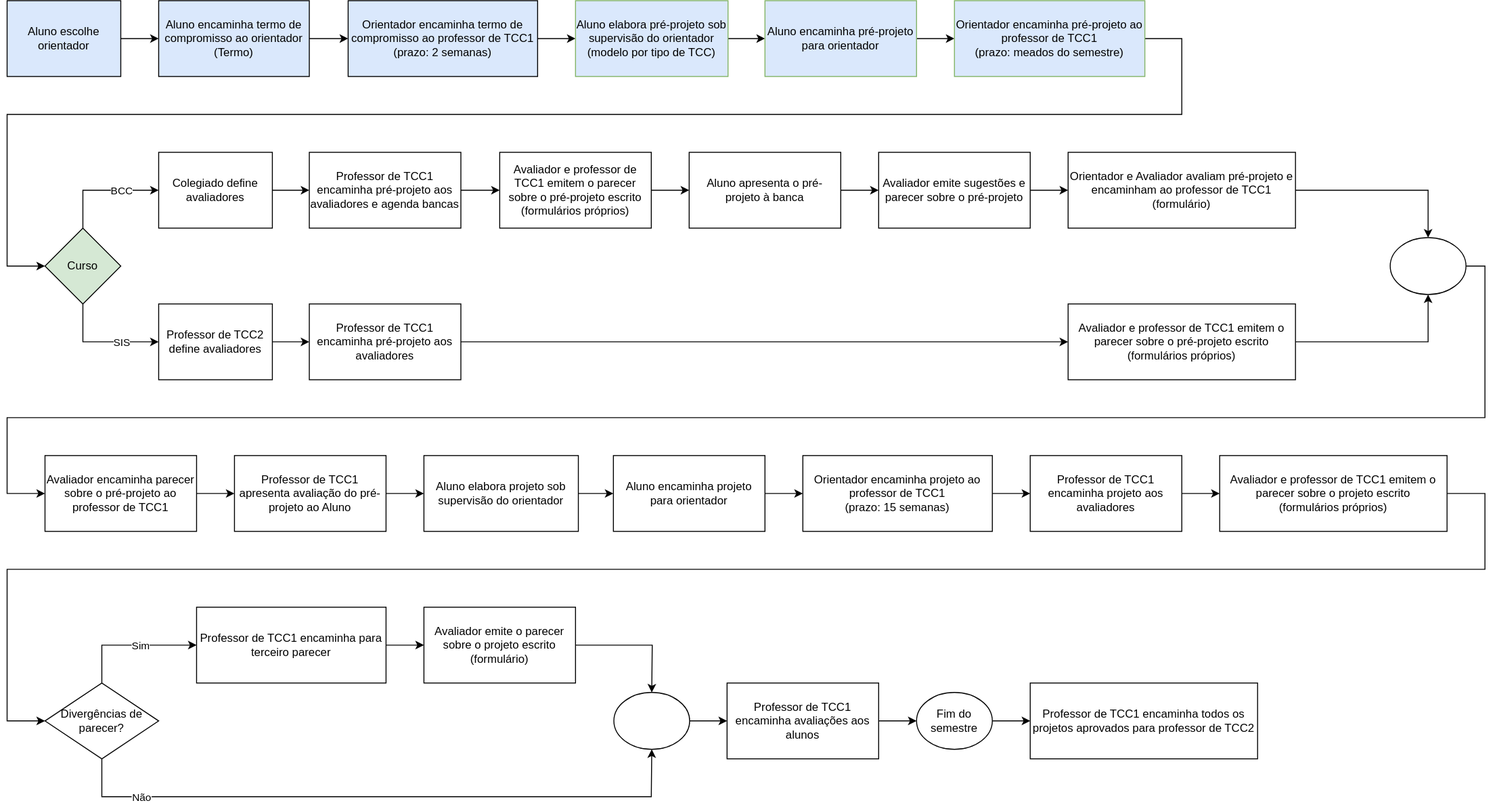
Before: Cronogramas/cronogramaFluxograma.drawio.svg, a diagram exported from draw.io (dalton-reis/disciplina_TCC1_Privado). Source tidied: cells renumbered, new cells last; positions are measured from the earlier drawing's top-left corner, leaving out a move shared by most shapes.
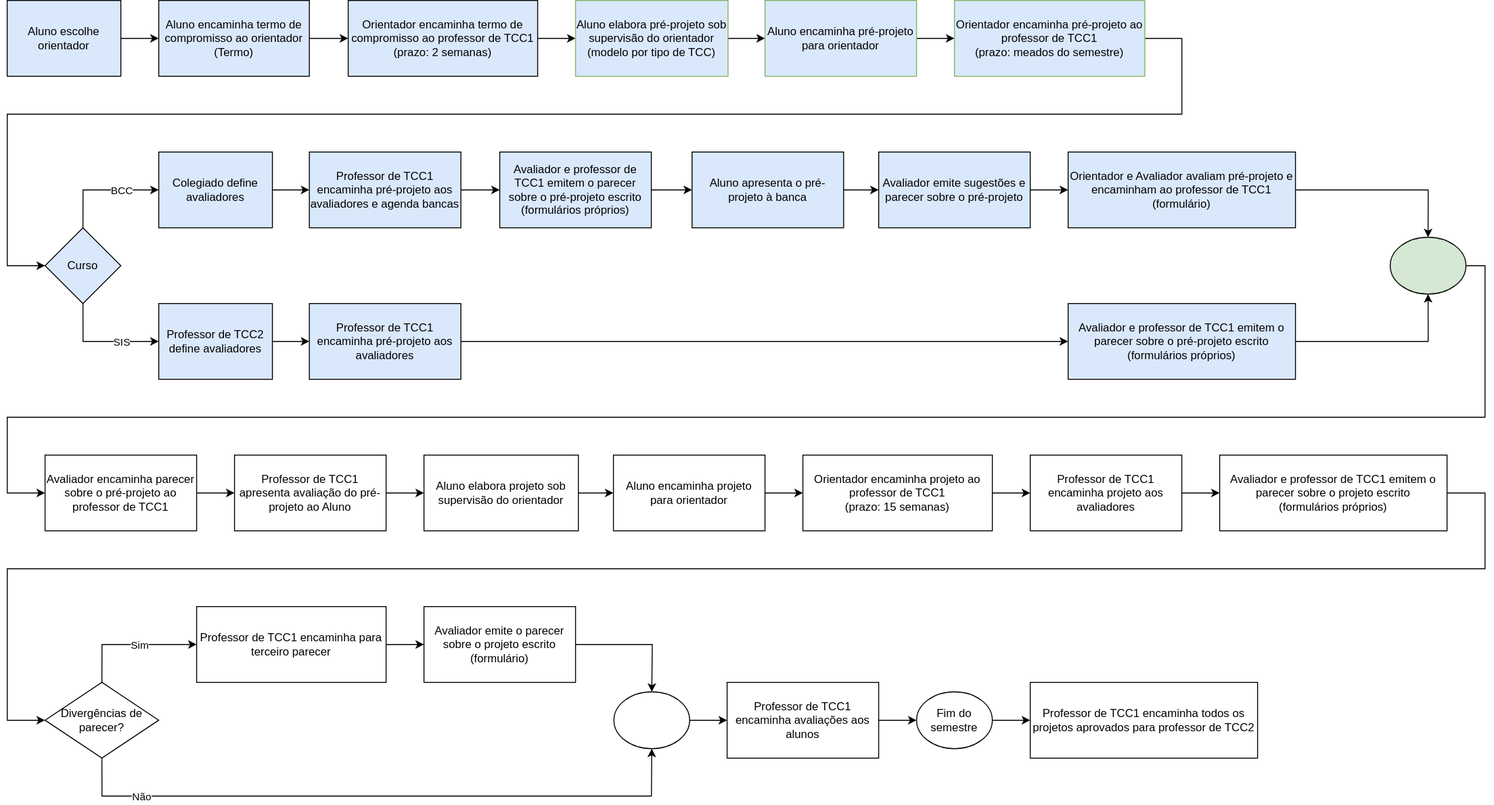
After the commit.

What changed in the source:
```diff
@@ -5,7 +5,7 @@
     <mxCell id="2" style="edgeStyle=orthogonalEdgeStyle;rounded=0;jettySize=auto;html=1;fillColor=#dae8fc;strokeColor=#000000;fontColor=#000000;" parent="1" edge="1" source="3" target="5">
       <mxGeometry relative="1" as="geometry" />
     </mxCell>
-    <mxCell id="3" value="Aluno escolhe orientador" style="whiteSpace=wrap;html=1;fillColor=#dae8fc;strokeColor=#000000;" parent="1" vertex="1">
+    <mxCell id="3" value="Aluno escolhe orientador" style="whiteSpace=wrap;html=1;fillColor=#DAE8FC;strokeColor=#000000;" parent="1" vertex="1">
       <mxGeometry width="120" height="80" as="geometry" />
     </mxCell>
     <mxCell id="4" style="edgeStyle=orthogonalEdgeStyle;rounded=0;jettySize=auto;html=1;fillColor=#dae8fc;strokeColor=#000000;fontColor=#000000;" parent="1" edge="1" source="5" target="7">
@@ -69,19 +69,19 @@
         <mxPoint x="32" y="1" as="offset" />
       </mxGeometry>
     </mxCell>
-    <mxCell id="18" value="Curso" style="rhombus;whiteSpace=wrap;html=1;fillColor=#D5E8D4;strokeColor=default;fontColor=#000000;" parent="1" vertex="1">
+    <mxCell id="18" value="Curso" style="rhombus;whiteSpace=wrap;html=1;fillColor=#DAE8FC;strokeColor=default;fontColor=#000000;" parent="1" vertex="1">
       <mxGeometry x="40" y="240" width="80" height="80" as="geometry" />
     </mxCell>
     <mxCell id="19" style="edgeStyle=orthogonalEdgeStyle;rounded=0;jettySize=auto;html=1;fillColor=#d5e8d4;strokeColor=default;fontColor=#000000;" parent="1" edge="1" source="20" target="25">
       <mxGeometry relative="1" as="geometry" />
     </mxCell>
-    <mxCell id="20" value="Colegiado define avaliadores" style="whiteSpace=wrap;html=1;fillColor=default;strokeColor=default;fontColor=#000000;" parent="1" vertex="1">
+    <mxCell id="20" value="Colegiado define avaliadores" style="whiteSpace=wrap;html=1;fillColor=#DAE8FC;strokeColor=default;fontColor=#000000;" parent="1" vertex="1">
       <mxGeometry x="160" y="160" width="120" height="80" as="geometry" />
     </mxCell>
     <mxCell id="21" style="edgeStyle=orthogonalEdgeStyle;rounded=0;jettySize=auto;html=1;fillColor=#d5e8d4;strokeColor=default;fontColor=#000000;" parent="1" edge="1" source="22" target="35">
       <mxGeometry relative="1" as="geometry" />
     </mxCell>
-    <mxCell id="22" value="Professor de TCC2 define avaliadores" style="whiteSpace=wrap;html=1;fillColor=default;strokeColor=default;fontColor=#000000;" parent="1" vertex="1">
+    <mxCell id="22" value="Professor de TCC2 define avaliadores" style="whiteSpace=wrap;html=1;fillColor=#DAE8FC;strokeColor=default;fontColor=#000000;" parent="1" vertex="1">
       <mxGeometry x="160" y="320" width="120" height="80" as="geometry" />
     </mxCell>
     <mxCell id="23" style="edgeStyle=orthogonalEdgeStyle;rounded=0;jettySize=auto;html=1;exitX=1;exitY=0.5;exitDx=0;exitDy=0;fontColor=#000000;" parent="1" edge="1" source="40" target="27">
@@ -90,25 +90,25 @@
     <mxCell id="24" style="edgeStyle=orthogonalEdgeStyle;rounded=0;jettySize=auto;html=1;fontColor=#000000;" parent="1" edge="1" source="25" target="40">
       <mxGeometry relative="1" as="geometry" />
     </mxCell>
-    <mxCell id="25" value="Professor de TCC1 encaminha pré-projeto aos avaliadores e agenda bancas" style="whiteSpace=wrap;html=1;fillColor=default;strokeColor=default;fontColor=#000000;" parent="1" vertex="1">
+    <mxCell id="25" value="Professor de TCC1 encaminha pré-projeto aos avaliadores e agenda bancas" style="whiteSpace=wrap;html=1;fillColor=#DAE8FC;strokeColor=default;fontColor=#000000;" parent="1" vertex="1">
       <mxGeometry x="319" y="160" width="160" height="80" as="geometry" />
     </mxCell>
     <mxCell id="26" style="edgeStyle=orthogonalEdgeStyle;rounded=0;jettySize=auto;html=1;fontColor=#000000;" parent="1" edge="1" source="27" target="29">
       <mxGeometry relative="1" as="geometry" />
     </mxCell>
-    <mxCell id="27" value="Aluno apresenta o pré-projeto à banca" style="whiteSpace=wrap;html=1;fillColor=default;strokeColor=default;fontColor=#000000;" parent="1" vertex="1">
-      <mxGeometry x="720" y="160" width="160" height="80" as="geometry" />
+    <mxCell id="27" value="Aluno apresenta o pré-projeto à banca" style="whiteSpace=wrap;html=1;fillColor=#DAE8FC;strokeColor=default;fontColor=#000000;" parent="1" vertex="1">
+      <mxGeometry x="723" y="160" width="160" height="80" as="geometry" />
     </mxCell>
     <mxCell id="28" style="edgeStyle=orthogonalEdgeStyle;rounded=0;jettySize=auto;html=1;fontColor=#000000;" parent="1" edge="1" source="29" target="31">
       <mxGeometry relative="1" as="geometry" />
     </mxCell>
-    <mxCell id="29" value="Avaliador emite sugestões e parecer sobre o pré-projeto" style="whiteSpace=wrap;html=1;fillColor=default;strokeColor=default;fontColor=#000000;" parent="1" vertex="1">
+    <mxCell id="29" value="Avaliador emite sugestões e parecer sobre o pré-projeto" style="whiteSpace=wrap;html=1;fillColor=#DAE8FC;strokeColor=default;fontColor=#000000;" parent="1" vertex="1">
       <mxGeometry x="920" y="160" width="160" height="80" as="geometry" />
     </mxCell>
     <mxCell id="30" style="edgeStyle=orthogonalEdgeStyle;rounded=0;jettySize=auto;html=1;fontColor=#000000;" parent="1" edge="1" source="31" target="33">
       <mxGeometry relative="1" as="geometry" />
     </mxCell>
-    <mxCell id="31" value="Orientador e Avaliador avaliam pré-projeto e encaminham ao professor de TCC1&lt;br&gt;(formulário)" style="whiteSpace=wrap;html=1;fillColor=default;strokeColor=default;fontColor=#000000;" parent="1" vertex="1">
+    <mxCell id="31" value="Orientador e Avaliador avaliam pré-projeto e encaminham ao professor de TCC1&lt;br&gt;(formulário)" style="whiteSpace=wrap;html=1;fillColor=#DAE8FC;strokeColor=default;fontColor=#000000;" parent="1" vertex="1">
       <mxGeometry x="1120" y="160" width="240" height="80" as="geometry" />
     </mxCell>
     <mxCell id="32" style="edgeStyle=orthogonalEdgeStyle;rounded=0;jettySize=auto;html=1;fontColor=#000000;" parent="1" edge="1" source="33" target="39">
@@ -121,19 +121,19 @@
         </Array>
       </mxGeometry>
     </mxCell>
-    <mxCell id="33" style="ellipse;whiteSpace=wrap;html=1;fillColor=default;strokeColor=default;fontColor=#000000;" parent="1" vertex="1">
+    <mxCell id="33" style="ellipse;whiteSpace=wrap;html=1;fillColor=#D5E8D4;strokeColor=default;fontColor=#000000;" parent="1" vertex="1">
       <mxGeometry x="1460" y="250" width="80" height="60" as="geometry" />
     </mxCell>
     <mxCell id="34" style="edgeStyle=orthogonalEdgeStyle;rounded=0;jettySize=auto;html=1;fontColor=#000000;" parent="1" edge="1" source="35" target="37">
       <mxGeometry relative="1" as="geometry" />
     </mxCell>
-    <mxCell id="35" value="Professor de TCC1 encaminha pré-projeto aos avaliadores" style="whiteSpace=wrap;html=1;fillColor=default;strokeColor=default;fontColor=#000000;" parent="1" vertex="1">
+    <mxCell id="35" value="Professor de TCC1 encaminha pré-projeto aos avaliadores" style="whiteSpace=wrap;html=1;fillColor=#DAE8FC;strokeColor=default;fontColor=#000000;" parent="1" vertex="1">
       <mxGeometry x="319" y="320" width="160" height="80" as="geometry" />
     </mxCell>
     <mxCell id="36" style="edgeStyle=orthogonalEdgeStyle;rounded=0;jettySize=auto;html=1;exitX=1;exitY=0.5;exitDx=0;exitDy=0;entryX=0.5;entryY=1;entryDx=0;entryDy=0;fontColor=#000000;" parent="1" edge="1" source="37" target="33">
       <mxGeometry relative="1" as="geometry" />
     </mxCell>
-    <mxCell id="37" value="Avaliador e professor de TCC1 emitem o parecer sobre o pré-projeto escrito&lt;br&gt;(formulários próprios)" style="whiteSpace=wrap;html=1;fillColor=default;strokeColor=default;fontColor=#000000;" parent="1" vertex="1">
+    <mxCell id="37" value="Avaliador e professor de TCC1 emitem o parecer sobre o pré-projeto escrito&lt;br&gt;(formulários próprios)" style="whiteSpace=wrap;html=1;fillColor=#DAE8FC;strokeColor=default;fontColor=#000000;" parent="1" vertex="1">
       <mxGeometry x="1120" y="320" width="240" height="80" as="geometry" />
     </mxCell>
     <mxCell id="38" style="edgeStyle=orthogonalEdgeStyle;rounded=0;jettySize=auto;html=1;fontColor=#000000;" parent="1" edge="1" source="39" target="42">
@@ -142,7 +142,7 @@
     <mxCell id="39" value="Avaliador encaminha parecer sobre o pré-projeto ao professor de TCC1" style="whiteSpace=wrap;html=1;fillColor=default;strokeColor=default;fontColor=#000000;" parent="1" vertex="1">
       <mxGeometry x="40" y="480" width="160" height="80" as="geometry" />
     </mxCell>
-    <mxCell id="40" value="Avaliador e professor de TCC1 emitem o parecer sobre o pré-projeto escrito&lt;br&gt;(formulários próprios)" style="whiteSpace=wrap;html=1;fillColor=default;strokeColor=default;fontColor=#000000;" parent="1" vertex="1">
+    <mxCell id="40" value="Avaliador e professor de TCC1 emitem o parecer sobre o pré-projeto escrito&lt;br&gt;(formulários próprios)" style="whiteSpace=wrap;html=1;fillColor=#DAE8FC;strokeColor=default;fontColor=#000000;" parent="1" vertex="1">
       <mxGeometry x="520" y="160" width="160" height="80" as="geometry" />
     </mxCell>
     <mxCell id="41" style="edgeStyle=orthogonalEdgeStyle;rounded=0;jettySize=auto;html=1;fontColor=#000000;" parent="1" edge="1" source="42" target="44">
```
